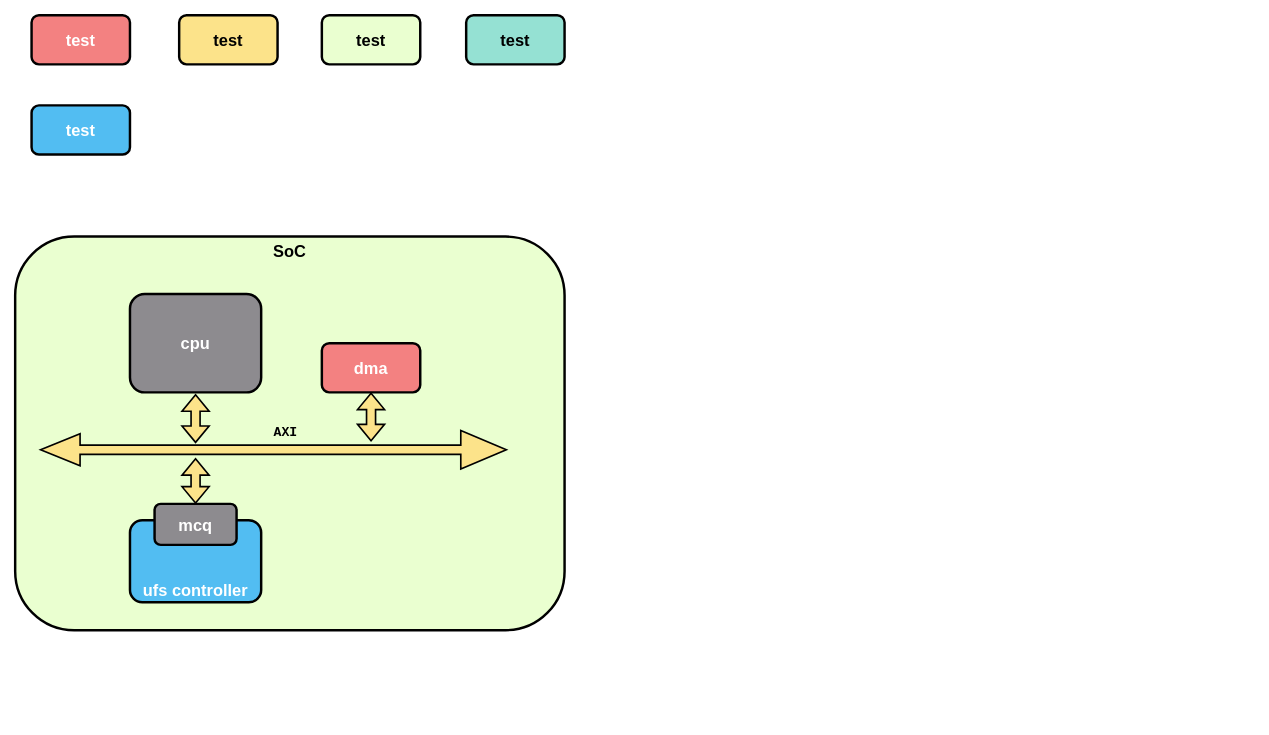
Before: ufs.drawio in wdy1996/linux_diagram, a draw.io diagram. Source tidied: cells renumbered, new cells numbered last; positions are measured from the earlier drawing's top-left corner, leaving out a move shared by most shapes. Both pictures are drawn from the tidied source at 82%, with x=0, y=0 at pixel (15, 15).
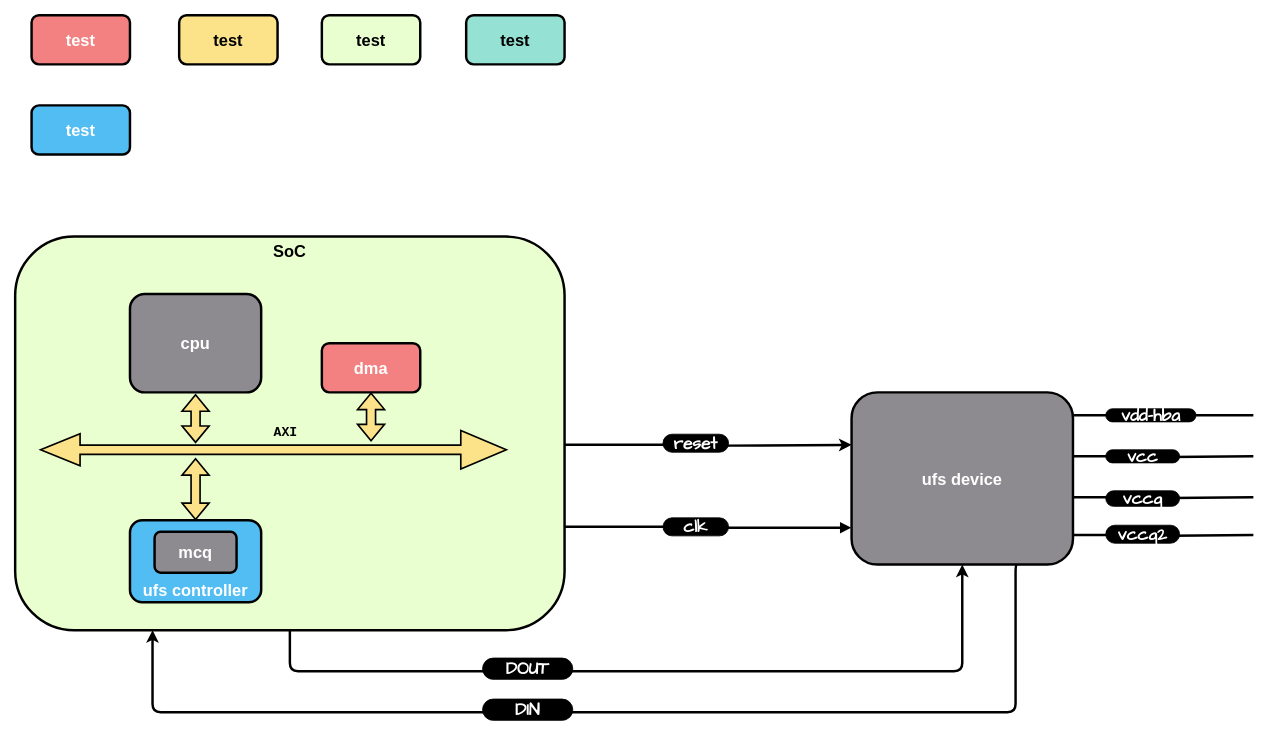
After the change.

The change refers to these unchanged cells:
```xml
<mxCell id="2" value="&lt;span style=&quot;font-size: 20px;&quot;&gt;&lt;b&gt;SoC&lt;/b&gt;&lt;/span&gt;" style="rounded=1;whiteSpace=wrap;html=1;fillColor=#EAFFD0;strokeWidth=3;verticalAlign=top;" parent="1" vertex="1">
  <mxGeometry y="270" width="670" height="480" as="geometry" />
</mxCell>
<mxCell id="10" value="&lt;font color=&quot;#ffffff&quot; style=&quot;font-size: 20px;&quot;&gt;&lt;b style=&quot;&quot;&gt;ufs controller&lt;/b&gt;&lt;/font&gt;" style="rounded=1;whiteSpace=wrap;html=1;fillColor=#52BDF2;strokeWidth=3;horizontal=1;verticalAlign=bottom;" parent="1" vertex="1">
  <mxGeometry x="140" y="616" width="160" height="100" as="geometry" />
</mxCell>
```

Change to the diagram source:
```diff
@@
+    <mxCell id="17" style="edgeStyle=orthogonalEdgeStyle;rounded=1;jettySize=auto;html=1;entryX=0.5;entryY=1;entryDx=0;entryDy=0;exitX=0.5;exitY=1;exitDx=0;exitDy=0;strokeWidth=3;curved=0;" parent="1" edge="1" source="2" target="20">
+      <mxGeometry relative="1" as="geometry">
+        <Array as="points">
+          <mxPoint x="335" y="800" />
+          <mxPoint x="1155" y="800" />
+        </Array>
+      </mxGeometry>
+    </mxCell>
@@
     <mxCell id="12" value="&lt;font color=&quot;#ffffff&quot; style=&quot;font-size: 20px;&quot;&gt;&lt;b style=&quot;&quot;&gt;mcq&lt;/b&gt;&lt;/font&gt;" style="rounded=1;whiteSpace=wrap;html=1;fillColor=#8D8B8F;strokeWidth=3;" parent="1" vertex="1">
-      <mxGeometry x="170" y="596" width="100" height="50" as="geometry" />
+      <mxGeometry x="170" y="630" width="100" height="50" as="geometry" />
     </mxCell>
@@
-    <mxCell id="15" style="shape=flexArrow;endArrow=classic;startArrow=classic;html=1;rounded=0;entryX=0.5;entryY=0;entryDx=0;entryDy=0;fillColor=#FCE38A;strokeWidth=2;" parent="1" edge="1" target="12">
+    <mxCell id="15" style="shape=flexArrow;endArrow=classic;startArrow=classic;html=1;rounded=0;fillColor=#FCE38A;strokeWidth=2;entryX=0.5;entryY=0;entryDx=0;entryDy=0;" parent="1" edge="1" target="10">
       <mxGeometry relative="1" as="geometry">
         <mxPoint x="220" y="540" as="sourcePoint" />
       </mxGeometry>
     </mxCell>
@@
+    <mxCell id="18" style="edgeStyle=orthogonalEdgeStyle;shape=connector;curved=0;rounded=1;jettySize=auto;html=1;exitX=0.75;exitY=1;exitDx=0;exitDy=0;entryX=0.25;entryY=1;entryDx=0;entryDy=0;strokeColor=default;strokeWidth=3;align=center;verticalAlign=middle;fontFamily=Helvetica;fontSize=11;fontColor=default;labelBackgroundColor=default;endArrow=classic;" parent="1" edge="1" source="20" target="2">
+      <mxGeometry relative="1" as="geometry">
+        <Array as="points">
+          <mxPoint x="1220" y="670" />
+          <mxPoint x="1220" y="850" />
+          <mxPoint x="168" y="850" />
+        </Array>
+      </mxGeometry>
+    </mxCell>
+    <mxCell id="19" style="edgeStyle=orthogonalEdgeStyle;shape=connector;curved=0;rounded=1;orthogonalLoop=1;jettySize=auto;html=1;strokeColor=default;strokeWidth=3;align=center;verticalAlign=middle;fontFamily=Helvetica;fontSize=11;fontColor=default;labelBackgroundColor=default;endArrow=none;endFill=0;" parent="1" edge="1">
+      <mxGeometry relative="1" as="geometry">
+        <mxPoint x="1290" y="538" as="sourcePoint" />
+        <mxPoint x="1510" y="538" as="targetPoint" />
+        <Array as="points">
+          <mxPoint x="1400" y="538" />
+          <mxPoint x="1400" y="539" />
+        </Array>
+      </mxGeometry>
+    </mxCell>
+    <mxCell id="20" value="&lt;font color=&quot;#ffffff&quot; style=&quot;font-size: 20px;&quot;&gt;&lt;b style=&quot;&quot;&gt;ufs device&lt;/b&gt;&lt;/font&gt;" style="rounded=1;whiteSpace=wrap;html=1;fillColor=#8D8B8F;strokeWidth=3;" parent="1" vertex="1">
+      <mxGeometry x="1020" y="460" width="270" height="210" as="geometry" />
+    </mxCell>
+    <mxCell id="21" value="&lt;span style=&quot;&quot;&gt;&lt;b&gt;&lt;font style=&quot;font-size: 21px;&quot;&gt;DOUT&lt;/font&gt;&lt;/b&gt;&lt;/span&gt;" style="rounded=1;html=1;fontFamily=Comic Sans MS;fontSize=11;fontColor=#FFFFFF;labelBackgroundColor=none;arcSize=50;fillColor=#000000;whiteSpace=wrap;" parent="1" vertex="1">
+      <mxGeometry x="570" y="784" width="110" height="26" as="geometry" />
+    </mxCell>
+    <mxCell id="22" value="&lt;span style=&quot;font-size: 21px;&quot;&gt;&lt;b&gt;DIN&lt;/b&gt;&lt;/span&gt;" style="rounded=1;html=1;fontFamily=Comic Sans MS;fontSize=11;fontColor=#FFFFFF;labelBackgroundColor=none;arcSize=50;fillColor=#000000;whiteSpace=wrap;" parent="1" vertex="1">
+      <mxGeometry x="570" y="834" width="110" height="26" as="geometry" />
+    </mxCell>
+    <mxCell id="23" value="&lt;span style=&quot;&quot;&gt;&lt;b&gt;&lt;font style=&quot;font-size: 21px;&quot;&gt;vcc&lt;/font&gt;&lt;/b&gt;&lt;/span&gt;" style="rounded=1;html=1;fontFamily=Comic Sans MS;fontSize=11;fontColor=#FFFFFF;labelBackgroundColor=none;arcSize=50;fillColor=#000000;whiteSpace=wrap;" parent="1" vertex="1">
+      <mxGeometry x="1330" y="530" width="90" height="16" as="geometry" />
+    </mxCell>
+    <mxCell id="24" style="edgeStyle=orthogonalEdgeStyle;shape=connector;curved=0;rounded=1;orthogonalLoop=1;jettySize=auto;html=1;strokeColor=default;strokeWidth=3;align=center;verticalAlign=middle;fontFamily=Helvetica;fontSize=11;fontColor=default;labelBackgroundColor=default;endArrow=none;endFill=0;" parent="1" edge="1">
+      <mxGeometry relative="1" as="geometry">
+        <mxPoint x="1290" y="488" as="sourcePoint" />
+        <mxPoint x="1510" y="488" as="targetPoint" />
+      </mxGeometry>
+    </mxCell>
+    <mxCell id="25" value="&lt;span style=&quot;&quot;&gt;&lt;b&gt;&lt;font style=&quot;font-size: 21px;&quot;&gt;vdd-hba&lt;/font&gt;&lt;/b&gt;&lt;/span&gt;" style="rounded=1;html=1;fontFamily=Comic Sans MS;fontSize=11;fontColor=#FFFFFF;labelBackgroundColor=none;arcSize=50;fillColor=#000000;whiteSpace=wrap;" parent="1" vertex="1">
+      <mxGeometry x="1330" y="480" width="110" height="16" as="geometry" />
+    </mxCell>
+    <mxCell id="26" style="edgeStyle=orthogonalEdgeStyle;shape=connector;curved=0;rounded=1;orthogonalLoop=1;jettySize=auto;html=1;strokeColor=default;strokeWidth=3;align=center;verticalAlign=middle;fontFamily=Helvetica;fontSize=11;fontColor=default;labelBackgroundColor=default;endArrow=none;endFill=0;" parent="1" edge="1">
+      <mxGeometry relative="1" as="geometry">
+        <mxPoint x="1290" y="588" as="sourcePoint" />
+        <mxPoint x="1510" y="588" as="targetPoint" />
+        <Array as="points">
+          <mxPoint x="1400" y="588" />
+          <mxPoint x="1400" y="589" />
+        </Array>
+      </mxGeometry>
+    </mxCell>
+    <mxCell id="27" value="&lt;span style=&quot;&quot;&gt;&lt;b&gt;&lt;font style=&quot;font-size: 21px;&quot;&gt;vccq&lt;/font&gt;&lt;/b&gt;&lt;/span&gt;" style="rounded=1;html=1;fontFamily=Comic Sans MS;fontSize=11;fontColor=#FFFFFF;labelBackgroundColor=none;arcSize=50;fillColor=#000000;whiteSpace=wrap;" parent="1" vertex="1">
+      <mxGeometry x="1330" y="580" width="90" height="19" as="geometry" />
+    </mxCell>
+    <mxCell id="28" style="edgeStyle=orthogonalEdgeStyle;shape=connector;curved=0;rounded=1;orthogonalLoop=1;jettySize=auto;html=1;strokeColor=default;strokeWidth=3;align=center;verticalAlign=middle;fontFamily=Helvetica;fontSize=11;fontColor=default;labelBackgroundColor=default;endArrow=none;endFill=0;" parent="1" edge="1">
+      <mxGeometry relative="1" as="geometry">
+        <mxPoint x="1290" y="634" as="sourcePoint" />
+        <mxPoint x="1510" y="634" as="targetPoint" />
+        <Array as="points">
+          <mxPoint x="1400" y="634" />
+          <mxPoint x="1400" y="635" />
+        </Array>
+      </mxGeometry>
+    </mxCell>
+    <mxCell id="29" value="&lt;span style=&quot;&quot;&gt;&lt;b&gt;&lt;font style=&quot;font-size: 21px;&quot;&gt;vccq2&lt;/font&gt;&lt;/b&gt;&lt;/span&gt;" style="rounded=1;html=1;fontFamily=Comic Sans MS;fontSize=11;fontColor=#FFFFFF;labelBackgroundColor=none;arcSize=50;fillColor=#000000;whiteSpace=wrap;" parent="1" vertex="1">
+      <mxGeometry x="1330" y="622" width="90" height="22" as="geometry" />
+    </mxCell>
+    <mxCell id="30" style="edgeStyle=orthogonalEdgeStyle;shape=connector;curved=0;rounded=1;jettySize=auto;html=1;strokeColor=default;strokeWidth=3;align=center;verticalAlign=middle;fontFamily=Helvetica;fontSize=11;fontColor=default;labelBackgroundColor=default;endArrow=block;endFill=1;exitX=1;exitY=0.737;exitDx=0;exitDy=0;exitPerimeter=0;entryX=-0.001;entryY=0.786;entryDx=0;entryDy=0;entryPerimeter=0;" parent="1" edge="1" source="2" target="20">
+      <mxGeometry relative="1" as="geometry">
+        <Array as="points">
+          <mxPoint x="860" y="624" />
+          <mxPoint x="860" y="625" />
+        </Array>
+      </mxGeometry>
+    </mxCell>
+    <mxCell id="31" value="&lt;span style=&quot;&quot;&gt;&lt;b&gt;&lt;font style=&quot;font-size: 21px;&quot;&gt;clk&lt;/font&gt;&lt;/b&gt;&lt;/span&gt;" style="rounded=1;html=1;fontFamily=Comic Sans MS;fontSize=11;fontColor=#FFFFFF;labelBackgroundColor=none;arcSize=50;fillColor=#000000;whiteSpace=wrap;" parent="1" vertex="1">
+      <mxGeometry x="790" y="613" width="80" height="22" as="geometry" />
+    </mxCell>
+    <mxCell id="32" style="edgeStyle=orthogonalEdgeStyle;shape=connector;curved=0;rounded=1;orthogonalLoop=1;jettySize=auto;html=1;strokeColor=default;strokeWidth=3;align=center;verticalAlign=middle;fontFamily=Helvetica;fontSize=11;fontColor=default;labelBackgroundColor=default;endArrow=classic;endFill=1;entryX=-0.001;entryY=0.779;entryDx=0;entryDy=0;entryPerimeter=0;exitX=1;exitY=0.737;exitDx=0;exitDy=0;exitPerimeter=0;" parent="1" edge="1">
+      <mxGeometry relative="1" as="geometry">
+        <mxPoint x="670" y="524" as="sourcePoint" />
+        <mxPoint x="1020" y="524" as="targetPoint" />
+        <Array as="points">
+          <mxPoint x="860" y="524" />
+          <mxPoint x="860" y="525" />
+          <mxPoint x="1020" y="525" />
+        </Array>
+      </mxGeometry>
+    </mxCell>
+    <mxCell id="33" value="&lt;span style=&quot;&quot;&gt;&lt;b&gt;&lt;font style=&quot;font-size: 21px;&quot;&gt;reset&lt;/font&gt;&lt;/b&gt;&lt;/span&gt;" style="rounded=1;html=1;fontFamily=Comic Sans MS;fontSize=11;fontColor=#FFFFFF;labelBackgroundColor=none;arcSize=50;fillColor=#000000;whiteSpace=wrap;" parent="1" vertex="1">
+      <mxGeometry x="790" y="511" width="80" height="22" as="geometry" />
+    </mxCell>
```
